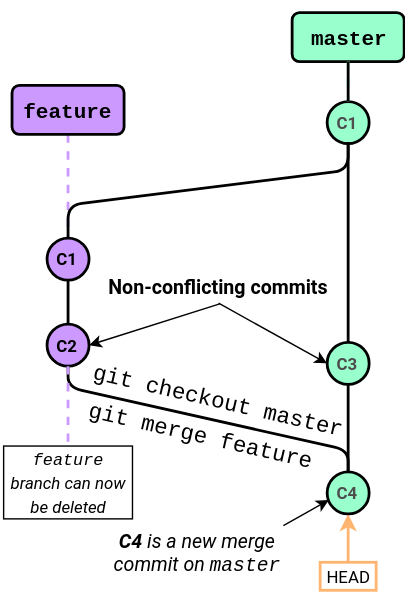
Before: Session 0 - Git/img/Branching_and_Merging/Merging_3way.svg, a diagram exported from draw.io (Python-Crash-Course/Python201). Source tidied: cells renumbered, new cells last; positions are measured from the earlier drawing's top-left corner, leaving out a move shared by most shapes.
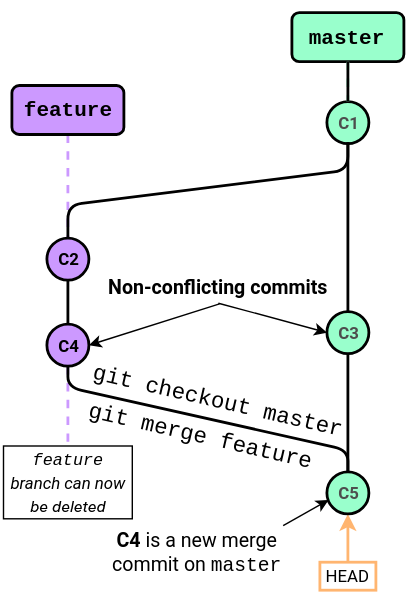
The same diagram one commit later.

Diff of the diagram source:
```diff
@@ -2,95 +2,95 @@
   <root>
     <mxCell id="0" />
     <mxCell id="1" parent="0" />
-    <mxCell id="2" style="endArrow=none;dashed=1;html=1;strokeWidth=2;fillColor=#ffe6cc;strokeColor=#CC99FF;exitX=0.5;exitY=1;exitDx=0;exitDy=0;entryX=0.5;entryY=0;entryDx=0;entryDy=0;" parent="1" edge="1" source="3" target="5">
+    <mxCell id="2" style="endArrow=none;dashed=1;html=1;strokeWidth=2;fillColor=#ffe6cc;strokeColor=#CC99FF;exitX=0.5;exitY=1;exitDx=0;exitDy=0;" parent="1" edge="1" source="10" target="25">
       <mxGeometry relative="1" as="geometry" />
     </mxCell>
-    <mxCell id="3" value="&lt;h1 style=&quot;line-height: 70%&quot;&gt;&lt;b style=&quot;font-size: 15px&quot;&gt;&lt;font face=&quot;Courier New&quot; style=&quot;line-height: 100%&quot;&gt;feature&lt;/font&gt;&lt;/b&gt;&lt;/h1&gt;" style="text;html=1;spacing=5;spacingTop=-20;whiteSpace=wrap;overflow=hidden;rounded=1;align=center;labelBorderColor=none;labelBackgroundColor=none;fillColor=#cc99ff;strokeColor=#000000;fontFamily=Roboto;perimeterSpacing=0;strokeWidth=2;comic=0;glass=0;shadow=0;" parent="1" vertex="1">
-      <mxGeometry x="7" y="52.5" width="80" height="35" as="geometry" />
+    <mxCell id="3" style="endArrow=none;dashed=1;html=1;strokeWidth=2;fillColor=#ffe6cc;strokeColor=#CC99FF;exitX=0.5;exitY=1;exitDx=0;exitDy=0;entryX=0.5;entryY=0;entryDx=0;entryDy=0;" parent="1" edge="1" source="4" target="6">
+      <mxGeometry relative="1" as="geometry" />
     </mxCell>
-    <mxCell id="4" value="&lt;font style=&quot;font-size: 12px&quot;&gt;C1&lt;/font&gt;" style="ellipse;whiteSpace=wrap;html=1;fillColor=#99FFCC;strokeColor=#000000;fontColor=#4D4D4D;fontStyle=1;fontSize=10;fontFamily=Roboto;FType=g;strokeWidth=2;" parent="1" vertex="1">
-      <mxGeometry x="232" y="64" width="30" height="30" as="geometry" />
+    <mxCell id="4" value="&lt;h1 style=&quot;line-height: 70%&quot;&gt;&lt;b style=&quot;font-size: 15px&quot;&gt;&lt;font face=&quot;Courier New&quot; style=&quot;line-height: 100%&quot;&gt;feature&lt;/font&gt;&lt;/b&gt;&lt;/h1&gt;" style="text;html=1;spacing=5;spacingTop=-20;whiteSpace=wrap;overflow=hidden;rounded=1;align=center;labelBorderColor=none;labelBackgroundColor=none;fillColor=#cc99ff;strokeColor=#000000;fontFamily=Roboto;perimeterSpacing=0;strokeWidth=2;comic=0;glass=0;shadow=0;" parent="1" vertex="1">
+      <mxGeometry x="7" y="52.5" width="80" height="35" as="geometry" />
     </mxCell>
-    <mxCell id="5" value="&lt;font style=&quot;font-size: 12px&quot;&gt;C1&lt;/font&gt;" style="ellipse;whiteSpace=wrap;html=1;fillColor=#CC99FF;strokeColor=#000000;fontFamily=Roboto;fontStyle=1;fontSize=10;strokeWidth=2;" parent="1" vertex="1">
-      <mxGeometry x="32" y="161.5" width="30" height="30" as="geometry" />
+    <mxCell id="5" value="&lt;font style=&quot;font-size: 12px&quot;&gt;C1&lt;/font&gt;" style="ellipse;whiteSpace=wrap;html=1;fillColor=#99FFCC;strokeColor=#000000;fontColor=#4D4D4D;fontStyle=1;fontSize=10;fontFamily=Roboto;FType=g;strokeWidth=2;" parent="1" vertex="1">
+      <mxGeometry x="232" y="64" width="30" height="30" as="geometry" />
     </mxCell>
-    <mxCell id="6" style="endArrow=classic;html=1;strokeColor=#FFB570;fontFamily=Roboto;fontSize=8;fontColor=#000000;entryX=0.5;entryY=1;entryDx=0;entryDy=0;fillColor=#ffcc99;exitX=0.5;exitY=0;exitDx=0;exitDy=0;strokeWidth=2;" parent="1" edge="1" source="7" target="11">
-      <mxGeometry relative="1" as="geometry" />
+    <mxCell id="6" value="&lt;font style=&quot;font-size: 12px&quot;&gt;C2&lt;/font&gt;" style="ellipse;whiteSpace=wrap;html=1;fillColor=#CC99FF;strokeColor=#000000;fontFamily=Roboto;fontStyle=1;fontSize=10;strokeWidth=2;" parent="1" vertex="1">
+      <mxGeometry x="32" y="161.5" width="30" height="30" as="geometry" />
     </mxCell>
-    <mxCell id="7" value="&lt;font style=&quot;font-size: 12px;&quot;&gt;HEAD&lt;br style=&quot;font-size: 12px;&quot;&gt;&lt;/font&gt;" style="text;html=1;strokeColor=#FFB570;fillColor=none;align=center;verticalAlign=middle;whiteSpace=wrap;rounded=0;rotation=0;fontSize=12;fontFamily=Roboto;strokeWidth=2;" parent="1" vertex="1">
-      <mxGeometry x="227" y="393" width="40" height="20" as="geometry" />
+    <mxCell id="7" style="endArrow=classic;html=1;strokeColor=#FFB570;fontFamily=Roboto;fontSize=8;fontColor=#000000;entryX=0.5;entryY=1;entryDx=0;entryDy=0;fillColor=#ffcc99;exitX=0.5;exitY=0;exitDx=0;exitDy=0;strokeWidth=2;" parent="1" edge="1" source="8" target="12">
+      <mxGeometry relative="1" as="geometry" />
     </mxCell>
-    <mxCell id="8" style="endArrow=none;html=1;strokeColor=#000000;fontFamily=Roboto;fontSize=14;fontColor=#000000;exitX=0.5;exitY=1;exitDx=0;exitDy=0;entryX=0.5;entryY=0;entryDx=0;entryDy=0;strokeWidth=2;startArrow=none;startFill=0;endFill=0;" parent="1" edge="1" source="5" target="9">
-      <mxGeometry relative="1" as="geometry" />
+    <mxCell id="8" value="&lt;font style=&quot;font-size: 12px;&quot;&gt;HEAD&lt;br style=&quot;font-size: 12px;&quot;&gt;&lt;/font&gt;" style="text;html=1;strokeColor=#FFB570;fillColor=none;align=center;verticalAlign=middle;whiteSpace=wrap;rounded=0;rotation=0;fontSize=12;fontFamily=Roboto;strokeWidth=2;" parent="1" vertex="1">
+      <mxGeometry x="227" y="393" width="40" height="20" as="geometry" />
     </mxCell>
-    <mxCell id="9" value="&lt;font style=&quot;font-size: 12px&quot;&gt;C2&lt;/font&gt;" style="ellipse;whiteSpace=wrap;html=1;fillColor=#CC99FF;strokeColor=#000000;fontFamily=Roboto;fontStyle=1;fontSize=10;strokeWidth=2;" parent="1" vertex="1">
-      <mxGeometry x="32" y="223" width="30" height="30" as="geometry" />
+    <mxCell id="9" style="endArrow=none;html=1;strokeColor=#000000;fontFamily=Roboto;fontSize=14;fontColor=#000000;exitX=0.5;exitY=1;exitDx=0;exitDy=0;entryX=0.5;entryY=0;entryDx=0;entryDy=0;strokeWidth=2;startArrow=none;startFill=0;endFill=0;" parent="1" edge="1" source="6" target="10">
+      <mxGeometry relative="1" as="geometry" />
     </mxCell>
-    <mxCell id="10" value="&lt;h1 style=&quot;line-height: 70%&quot;&gt;&lt;b style=&quot;font-size: 15px&quot;&gt;&lt;font face=&quot;Courier New&quot; style=&quot;line-height: 100%&quot;&gt;master&lt;/font&gt;&lt;/b&gt;&lt;/h1&gt;" style="text;html=1;spacing=5;spacingTop=-20;whiteSpace=wrap;overflow=hidden;rounded=1;align=center;labelBorderColor=none;labelBackgroundColor=none;fillColor=#99FFCC;strokeColor=#000000;fontFamily=Roboto;perimeterSpacing=0;strokeWidth=2;comic=0;glass=0;shadow=0;" parent="1" vertex="1">
-      <mxGeometry x="207" y="0.5" width="80" height="35" as="geometry" />
+    <mxCell id="10" value="&lt;font style=&quot;font-size: 12px&quot;&gt;C4&lt;/font&gt;" style="ellipse;whiteSpace=wrap;html=1;fillColor=#CC99FF;strokeColor=#000000;fontFamily=Roboto;fontStyle=1;fontSize=10;strokeWidth=2;" parent="1" vertex="1">
+      <mxGeometry x="32" y="223" width="30" height="30" as="geometry" />
     </mxCell>
-    <mxCell id="11" value="&lt;font style=&quot;font-size: 12px&quot;&gt;C4&lt;/font&gt;" style="ellipse;whiteSpace=wrap;html=1;fillColor=#99FFCC;strokeColor=#000000;fontColor=#4D4D4D;fontStyle=1;fontSize=10;fontFamily=Roboto;FType=g;strokeWidth=2;" parent="1" vertex="1">
-      <mxGeometry x="232" y="328.5" width="30" height="30" as="geometry" />
+    <mxCell id="11" value="&lt;h1 style=&quot;line-height: 70%&quot;&gt;&lt;b style=&quot;font-size: 15px&quot;&gt;&lt;font face=&quot;Courier New&quot; style=&quot;line-height: 100%&quot;&gt;master&lt;/font&gt;&lt;/b&gt;&lt;/h1&gt;" style="text;html=1;spacing=5;spacingTop=-20;whiteSpace=wrap;overflow=hidden;rounded=1;align=center;labelBorderColor=none;labelBackgroundColor=none;fillColor=#99FFCC;strokeColor=#000000;fontFamily=Roboto;perimeterSpacing=0;strokeWidth=2;comic=0;glass=0;shadow=0;" parent="1" vertex="1">
+      <mxGeometry x="207" y="0.5" width="80" height="35" as="geometry" />
     </mxCell>
-    <mxCell id="12" style="endArrow=none;html=1;strokeWidth=2;fontColor=#6FD08C;entryX=0.5;entryY=1;entryDx=0;entryDy=0;fillColor=#647687;strokeColor=#000000;jumpStyle=arc;targetPerimeterSpacing=3;endSize=3;startArrow=none;startFill=0;exitX=0.5;exitY=0;exitDx=0;exitDy=0;" parent="1" edge="1" source="11" target="9">
-      <mxGeometry relative="1" as="geometry">
-        <Array as="points">
-          <mxPoint x="247" y="313" />
-          <mxPoint x="47" y="268" />
-        </Array>
-      </mxGeometry>
+    <mxCell id="12" value="&lt;font style=&quot;font-size: 12px&quot;&gt;C5&lt;/font&gt;" style="ellipse;whiteSpace=wrap;html=1;fillColor=#99FFCC;strokeColor=#000000;fontColor=#4D4D4D;fontStyle=1;fontSize=10;fontFamily=Roboto;FType=g;strokeWidth=2;" parent="1" vertex="1">
+      <mxGeometry x="232" y="328.5" width="30" height="30" as="geometry" />
     </mxCell>
-    <mxCell id="13" value="&lt;font face=&quot;Courier New&quot;&gt;&lt;font style=&quot;font-size: 16px&quot;&gt;git checkout master&lt;/font&gt;&lt;br style=&quot;font-size: 14px&quot;&gt;&lt;/font&gt;" style="text;html=1;strokeColor=none;fillColor=none;align=center;verticalAlign=middle;whiteSpace=wrap;rounded=0;rotation=13;fontSize=14;" parent="1" vertex="1">
-      <mxGeometry x="62" y="263" width="185" height="30" as="geometry" />
+    <mxCell id="13" style="endArrow=none;html=1;strokeWidth=2;fontColor=#6FD08C;entryX=0.5;entryY=1;entryDx=0;entryDy=0;fillColor=#647687;strokeColor=#000000;jumpStyle=arc;targetPerimeterSpacing=3;endSize=3;startArrow=none;startFill=0;exitX=0.5;exitY=0;exitDx=0;exitDy=0;" parent="1" edge="1" source="12" target="10">
+      <mxGeometry relative="1" as="geometry">
+        <Array as="points">
+          <mxPoint x="247" y="313" />
+          <mxPoint x="47" y="268" />
+        </Array>
+      </mxGeometry>
     </mxCell>
-    <mxCell id="14" value="&lt;font face=&quot;Courier New&quot;&gt;&lt;font style=&quot;font-size: 16px&quot;&gt;git merge feature&lt;/font&gt;&lt;br style=&quot;font-size: 14px&quot;&gt;&lt;/font&gt;" style="text;html=1;strokeColor=none;fillColor=none;align=center;verticalAlign=middle;whiteSpace=wrap;rounded=0;rotation=13;fontSize=14;" parent="1" vertex="1">
-      <mxGeometry x="57" y="288" width="170" height="30" as="geometry" />
+    <mxCell id="14" value="&lt;font face=&quot;Courier New&quot;&gt;&lt;font style=&quot;font-size: 16px&quot;&gt;git checkout master&lt;/font&gt;&lt;br style=&quot;font-size: 14px&quot;&gt;&lt;/font&gt;" style="text;html=1;strokeColor=none;fillColor=none;align=center;verticalAlign=middle;whiteSpace=wrap;rounded=0;rotation=13;fontSize=14;" parent="1" vertex="1">
+      <mxGeometry x="62" y="263" width="185" height="30" as="geometry" />
     </mxCell>
-    <mxCell id="15" style="endArrow=none;dashed=1;html=1;strokeWidth=2;fillColor=#d5e8d4;strokeColor=#99FFCC;entryX=0.5;entryY=0;entryDx=0;entryDy=0;exitX=0.5;exitY=1;exitDx=0;exitDy=0;" parent="1" edge="1" source="10" target="4">
-      <mxGeometry relative="1" as="geometry" />
+    <mxCell id="15" value="&lt;font face=&quot;Courier New&quot;&gt;&lt;font style=&quot;font-size: 16px&quot;&gt;git merge feature&lt;/font&gt;&lt;br style=&quot;font-size: 14px&quot;&gt;&lt;/font&gt;" style="text;html=1;strokeColor=none;fillColor=none;align=center;verticalAlign=middle;whiteSpace=wrap;rounded=0;rotation=13;fontSize=14;" parent="1" vertex="1">
+      <mxGeometry x="57" y="288" width="170" height="30" as="geometry" />
     </mxCell>
-    <mxCell id="16" style="endArrow=none;html=1;strokeColor=#000000;fontFamily=Roboto;fontSize=8;fontColor=#000000;exitX=0.5;exitY=1;exitDx=0;exitDy=0;entryX=0.5;entryY=0;entryDx=0;entryDy=0;strokeWidth=2;endFill=0;" parent="1" edge="1" source="10" target="4">
+    <mxCell id="16" style="endArrow=none;dashed=1;html=1;strokeWidth=2;fillColor=#d5e8d4;strokeColor=#99FFCC;entryX=0.5;entryY=0;entryDx=0;entryDy=0;exitX=0.5;exitY=1;exitDx=0;exitDy=0;" parent="1" edge="1" source="11" target="5">
       <mxGeometry relative="1" as="geometry" />
     </mxCell>
-    <mxCell id="17" style="endArrow=none;html=1;strokeWidth=2;fontColor=#6FD08C;fillColor=#647687;strokeColor=#000000;jumpStyle=arc;targetPerimeterSpacing=0;endSize=0;startArrow=none;startFill=0;exitX=0.5;exitY=0;exitDx=0;exitDy=0;" parent="1" edge="1" source="5">
-      <mxGeometry relative="1" as="geometry">
-        <mxPoint x="247" y="93" as="targetPoint" />
-        <Array as="points">
-          <mxPoint x="47" y="138" />
-          <mxPoint x="247" y="113" />
-        </Array>
-      </mxGeometry>
+    <mxCell id="17" style="endArrow=none;html=1;strokeColor=#000000;fontFamily=Roboto;fontSize=8;fontColor=#000000;exitX=0.5;exitY=1;exitDx=0;exitDy=0;entryX=0.5;entryY=0;entryDx=0;entryDy=0;strokeWidth=2;endFill=0;" parent="1" edge="1" source="11" target="5">
+      <mxGeometry relative="1" as="geometry" />
     </mxCell>
-    <mxCell id="18" style="endArrow=none;html=1;strokeWidth=2;entryX=0.5;entryY=0;entryDx=0;entryDy=0;endFill=0;" parent="1" edge="1" source="19" target="11">
-      <mxGeometry relative="1" as="geometry" />
+    <mxCell id="18" style="endArrow=none;html=1;strokeWidth=2;fontColor=#6FD08C;fillColor=#647687;strokeColor=#000000;jumpStyle=arc;targetPerimeterSpacing=0;endSize=0;startArrow=none;startFill=0;exitX=0.5;exitY=0;exitDx=0;exitDy=0;" parent="1" edge="1" source="6">
+      <mxGeometry relative="1" as="geometry">
+        <mxPoint x="247" y="93" as="targetPoint" />
+        <Array as="points">
+          <mxPoint x="47" y="138" />
+          <mxPoint x="247" y="113" />
+        </Array>
+      </mxGeometry>
     </mxCell>
-    <mxCell id="19" value="&lt;font style=&quot;font-size: 12px&quot;&gt;C3&lt;/font&gt;" style="ellipse;whiteSpace=wrap;html=1;fillColor=#99FFCC;strokeColor=#000000;fontColor=#4D4D4D;fontStyle=1;fontSize=10;fontFamily=Roboto;FType=g;strokeWidth=2;" parent="1" vertex="1">
-      <mxGeometry x="232" y="236" width="30" height="30" as="geometry" />
+    <mxCell id="19" style="endArrow=none;html=1;strokeWidth=2;entryX=0.5;entryY=0;entryDx=0;entryDy=0;endFill=0;" parent="1" edge="1" source="20" target="12">
+      <mxGeometry relative="1" as="geometry" />
     </mxCell>
-    <mxCell id="20" style="endArrow=none;html=1;strokeWidth=2;entryX=0.5;entryY=0;entryDx=0;entryDy=0;endFill=0;" parent="1" edge="1" target="19">
-      <mxGeometry relative="1" as="geometry">
-        <mxPoint x="247" y="93" as="sourcePoint" />
-      </mxGeometry>
+    <mxCell id="20" value="&lt;font style=&quot;font-size: 12px&quot;&gt;C3&lt;/font&gt;" style="ellipse;whiteSpace=wrap;html=1;fillColor=#99FFCC;strokeColor=#000000;fontColor=#4D4D4D;fontStyle=1;fontSize=10;fontFamily=Roboto;FType=g;strokeWidth=2;" parent="1" vertex="1">
+      <mxGeometry x="232" y="214" width="30" height="30" as="geometry" />
     </mxCell>
-    <mxCell id="21" value="Non-conflicting commits" style="text;html=1;strokeColor=none;fillColor=none;align=center;verticalAlign=middle;whiteSpace=wrap;rounded=0;fontFamily=Roboto;rotation=0;fontStyle=1;fontSize=14;" parent="1" vertex="1">
-      <mxGeometry x="52" y="183" width="205" height="25" as="geometry" />
+    <mxCell id="21" style="endArrow=none;html=1;strokeWidth=2;entryX=0.5;entryY=0;entryDx=0;entryDy=0;endFill=0;" parent="1" edge="1" target="20">
+      <mxGeometry relative="1" as="geometry">
+        <mxPoint x="247" y="93" as="sourcePoint" />
+      </mxGeometry>
     </mxCell>
-    <mxCell id="22" style="endArrow=classic;html=1;fontSize=14;entryX=1;entryY=0.5;entryDx=0;entryDy=0;exitX=0.504;exitY=1.02;exitDx=0;exitDy=0;exitPerimeter=0;" parent="1" edge="1" source="21" target="9">
-      <mxGeometry relative="1" as="geometry" />
+    <mxCell id="22" value="Non-conflicting commits" style="text;html=1;strokeColor=none;fillColor=none;align=center;verticalAlign=middle;whiteSpace=wrap;rounded=0;fontFamily=Roboto;rotation=0;fontStyle=1;fontSize=14;" parent="1" vertex="1">
+      <mxGeometry x="52" y="183" width="205" height="25" as="geometry" />
     </mxCell>
-    <mxCell id="23" style="endArrow=classic;html=1;fontSize=14;exitX=0.5;exitY=1;exitDx=0;exitDy=0;entryX=0;entryY=0.5;entryDx=0;entryDy=0;" parent="1" edge="1" source="21" target="19">
+    <mxCell id="23" style="endArrow=classic;html=1;fontSize=14;entryX=1;entryY=0.5;entryDx=0;entryDy=0;exitX=0.504;exitY=1.02;exitDx=0;exitDy=0;exitPerimeter=0;" parent="1" edge="1" source="22" target="10">
       <mxGeometry relative="1" as="geometry" />
     </mxCell>
-    <mxCell id="24" style="endArrow=none;dashed=1;html=1;strokeWidth=2;fillColor=#ffe6cc;strokeColor=#CC99FF;exitX=0.5;exitY=1;exitDx=0;exitDy=0;" parent="1" edge="1" source="9" target="25">
+    <mxCell id="24" style="endArrow=classic;html=1;fontSize=14;exitX=0.5;exitY=1;exitDx=0;exitDy=0;entryX=0;entryY=0.5;entryDx=0;entryDy=0;" parent="1" edge="1" source="22" target="20">
       <mxGeometry relative="1" as="geometry" />
     </mxCell>
     <mxCell id="25" value="&lt;font color=&quot;#000000&quot; style=&quot;font-size: 12px&quot;&gt;&lt;font style=&quot;font-size: 12px&quot; face=&quot;Courier New&quot;&gt;feature &lt;/font&gt;branch can now be deleted&lt;/font&gt;" style="text;html=1;strokeColor=none;fillColor=none;align=center;verticalAlign=middle;whiteSpace=wrap;rounded=0;fontFamily=Roboto;rotation=0;fontStyle=2;fontSize=14;fontColor=#FF3333;labelBorderColor=#000000;" parent="1" vertex="1">
       <mxGeometry x="-0.5" y="308.5" width="95" height="50" as="geometry" />
     </mxCell>
-    <mxCell id="26" value="&lt;font color=&quot;#000000&quot; style=&quot;font-size: 14px;&quot;&gt;&lt;b style=&quot;font-size: 14px;&quot;&gt;C4&amp;nbsp;&lt;/b&gt;is a new merge commit on&amp;nbsp;&lt;font face=&quot;Courier New&quot; style=&quot;font-size: 14px;&quot;&gt;master&lt;/font&gt;&lt;/font&gt;&lt;font color=&quot;#000000&quot; style=&quot;font-size: 14px;&quot;&gt;&lt;br style=&quot;font-size: 14px;&quot;&gt;&amp;nbsp;&lt;/font&gt;" style="text;html=1;strokeColor=none;fillColor=none;align=center;verticalAlign=middle;whiteSpace=wrap;rounded=0;fontFamily=Roboto;rotation=0;fontStyle=2;fontSize=14;fontColor=#FF3333;labelBorderColor=none;" parent="1" vertex="1">
+    <mxCell id="26" value="&lt;font color=&quot;#000000&quot; style=&quot;font-size: 14px ; font-style: normal&quot;&gt;&lt;b style=&quot;font-size: 14px&quot;&gt;C4&amp;nbsp;&lt;/b&gt;is a new merge commit on&amp;nbsp;&lt;font face=&quot;Courier New&quot; style=&quot;font-size: 14px&quot;&gt;master&lt;/font&gt;&lt;/font&gt;&lt;font color=&quot;#000000&quot; style=&quot;font-size: 14px&quot;&gt;&lt;span style=&quot;font-style: normal&quot;&gt;&lt;br style=&quot;font-size: 14px&quot;&gt;&lt;/span&gt;&amp;nbsp;&lt;/font&gt;" style="text;html=1;strokeColor=none;fillColor=none;align=center;verticalAlign=middle;whiteSpace=wrap;rounded=0;fontFamily=Roboto;rotation=0;fontStyle=2;fontSize=14;fontColor=#FF3333;labelBorderColor=none;" parent="1" vertex="1">
       <mxGeometry x="77" y="363.5" width="125" height="59" as="geometry" />
     </mxCell>
-    <mxCell id="27" style="endArrow=classic;html=1;entryX=0.039;entryY=0.669;entryDx=0;entryDy=0;exitX=0.99;exitY=0.057;exitDx=0;exitDy=0;exitPerimeter=0;entryPerimeter=0;" parent="1" edge="1" source="26" target="11">
+    <mxCell id="27" style="endArrow=classic;html=1;entryX=0.039;entryY=0.669;entryDx=0;entryDy=0;exitX=0.99;exitY=0.057;exitDx=0;exitDy=0;exitPerimeter=0;entryPerimeter=0;" parent="1" edge="1" source="26" target="12">
       <mxGeometry relative="1" as="geometry" />
     </mxCell>
   </root>
```
